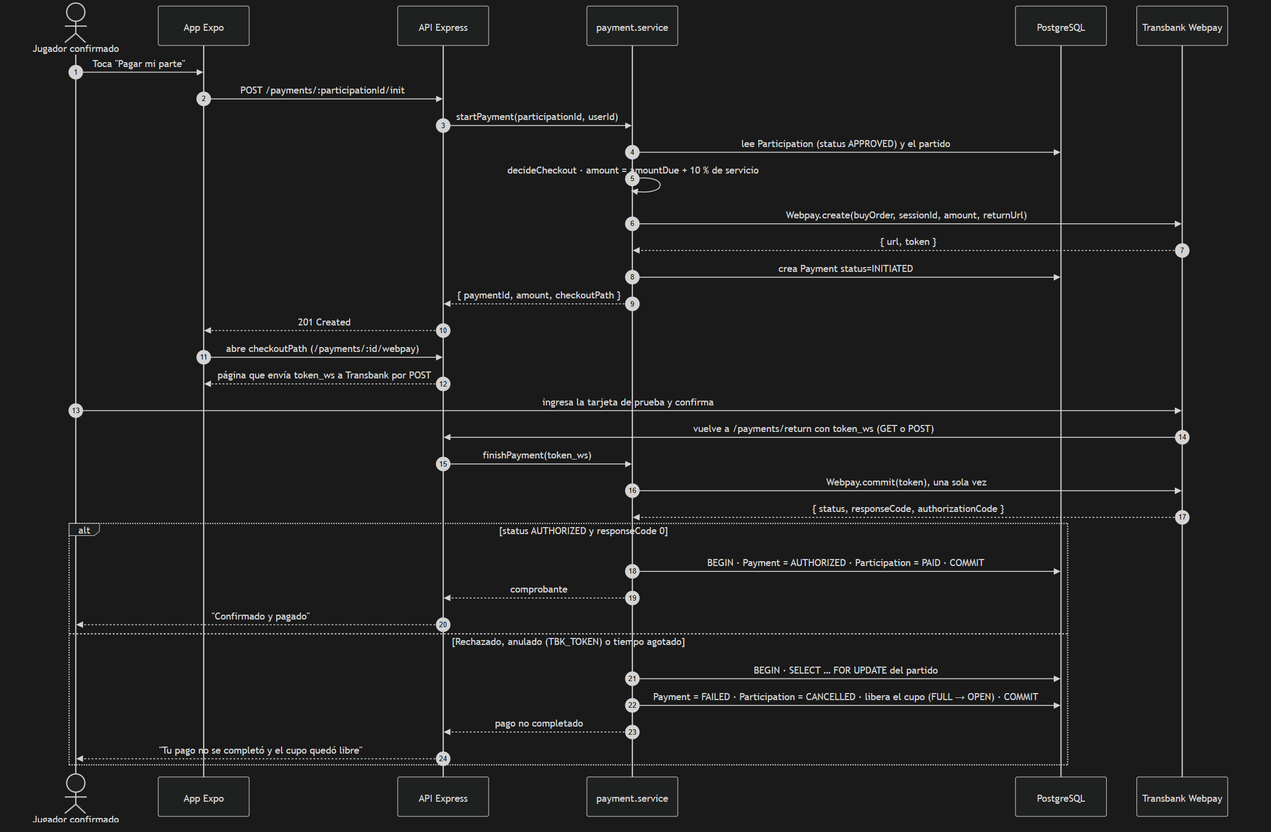
This is fase-2-desarrollo/docs/diagramas/secuencia-pago-fraccionado.png from avenaaaa/KANCHA, a Mermaid export, as it was before one commit. Its source is kept beside it as fase-2-desarrollo/docs/diagramas/secuencia-pago-fraccionado.mmd. The source it was exported from:
```mermaid
sequenceDiagram
    autonumber
    actor J as Jugador confirmado
    participant APP as App Expo
    participant API as API Express
    participant PAY as payment.service
    participant DB as PostgreSQL
    participant TBK as Transbank Webpay

    J->>APP: Toca "Pagar mi parte"
    APP->>API: POST /payments/:participationId/init
    API->>PAY: startPayment(participationId, userId)
    PAY->>DB: lee Participation (status APPROVED) y el partido
    PAY->>PAY: decideCheckout · amount = amountDue + 10 % de servicio
    PAY->>TBK: Webpay.create(buyOrder, sessionId, amount, returnUrl)
    TBK-->>PAY: { url, token }
    PAY->>DB: crea Payment status=INITIATED
    PAY-->>API: { paymentId, amount, checkoutPath }
    API-->>APP: 201 Created
    APP->>API: abre checkoutPath (/payments/:id/webpay)
    API-->>APP: página que envía token_ws a Transbank por POST

    J->>TBK: ingresa la tarjeta de prueba y confirma
    TBK->>API: vuelve a /payments/return con token_ws (GET o POST)
    API->>PAY: finishPayment(token_ws)
    PAY->>TBK: Webpay.commit(token), una sola vez
    TBK-->>PAY: { status, responseCode, authorizationCode }

    alt status AUTHORIZED y responseCode 0
        PAY->>DB: BEGIN · Payment = AUTHORIZED · Participation = PAID · COMMIT
        PAY-->>API: comprobante
        API-->>J: "Confirmado y pagado"
    else Rechazado, anulado (TBK_TOKEN) o tiempo agotado
        PAY->>DB: BEGIN · SELECT … FOR UPDATE del partido
        PAY->>DB: Payment = FAILED · Participation = CANCELLED · libera el cupo (FULL → OPEN) · COMMIT
        PAY-->>API: pago no completado
        API-->>J: "Tu pago no se completó y el cupo quedó libre"
    end
```
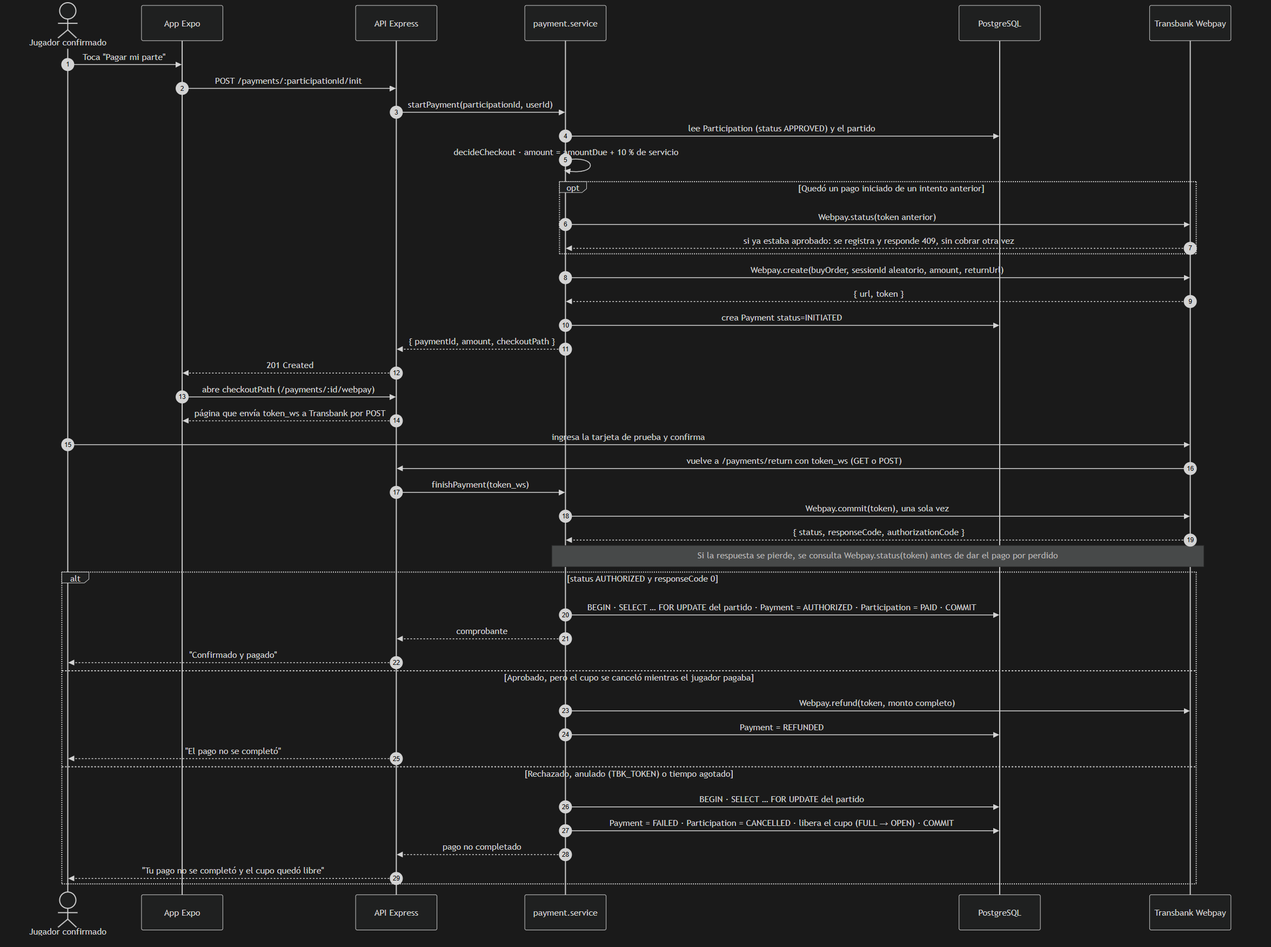
After the change.

What changed in the source:
```diff
@@ -12,7 +12,11 @@
     API->>PAY: startPayment(participationId, userId)
     PAY->>DB: lee Participation (status APPROVED) y el partido
     PAY->>PAY: decideCheckout · amount = amountDue + 10 % de servicio
-    PAY->>TBK: Webpay.create(buyOrder, sessionId, amount, returnUrl)
+    opt Quedó un pago iniciado de un intento anterior
+        PAY->>TBK: Webpay.status(token anterior)
+        TBK-->>PAY: si ya estaba aprobado: se registra y responde 409, sin cobrar otra vez
+    end
+    PAY->>TBK: Webpay.create(buyOrder, sessionId aleatorio, amount, returnUrl)
     TBK-->>PAY: { url, token }
     PAY->>DB: crea Payment status=INITIATED
     PAY-->>API: { paymentId, amount, checkoutPath }
@@ -25,11 +29,16 @@
     API->>PAY: finishPayment(token_ws)
     PAY->>TBK: Webpay.commit(token), una sola vez
     TBK-->>PAY: { status, responseCode, authorizationCode }
+    Note over PAY,TBK: Si la respuesta se pierde, se consulta Webpay.status(token) antes de dar el pago por perdido
 
     alt status AUTHORIZED y responseCode 0
-        PAY->>DB: BEGIN · Payment = AUTHORIZED · Participation = PAID · COMMIT
+        PAY->>DB: BEGIN · SELECT … FOR UPDATE del partido · Payment = AUTHORIZED · Participation = PAID · COMMIT
         PAY-->>API: comprobante
         API-->>J: "Confirmado y pagado"
+    else Aprobado, pero el cupo se canceló mientras el jugador pagaba
+        PAY->>TBK: Webpay.refund(token, monto completo)
+        PAY->>DB: Payment = REFUNDED
+        API-->>J: "El pago no se completó"
     else Rechazado, anulado (TBK_TOKEN) o tiempo agotado
         PAY->>DB: BEGIN · SELECT … FOR UPDATE del partido
         PAY->>DB: Payment = FAILED · Participation = CANCELLED · libera el cupo (FULL → OPEN) · COMMIT
```
